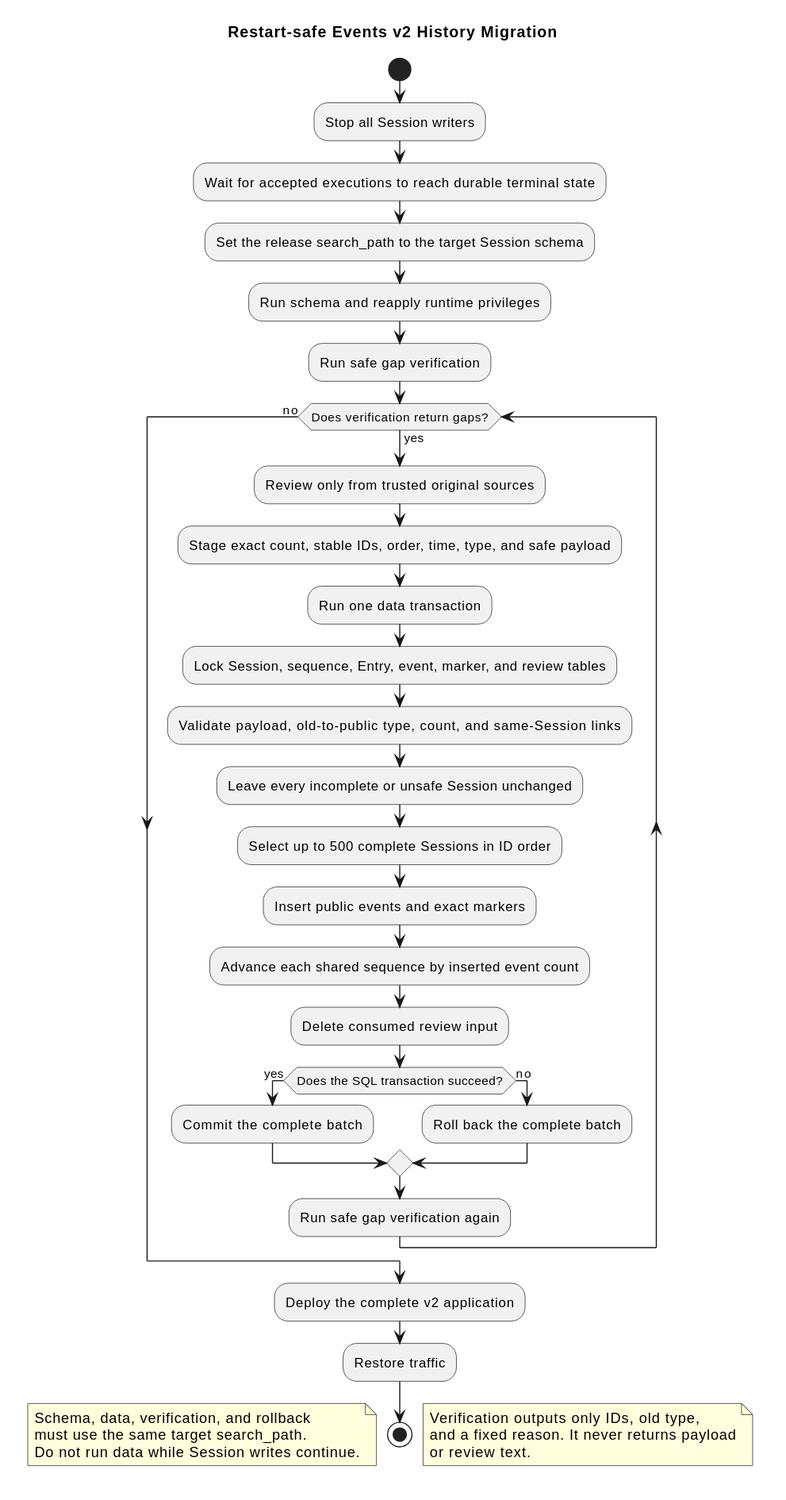
Above: docs/designs/runtime-event-migration/event_history_migration.svg in 2862282695gjh-afk/pi-mono-java (PlantUML), before the change.
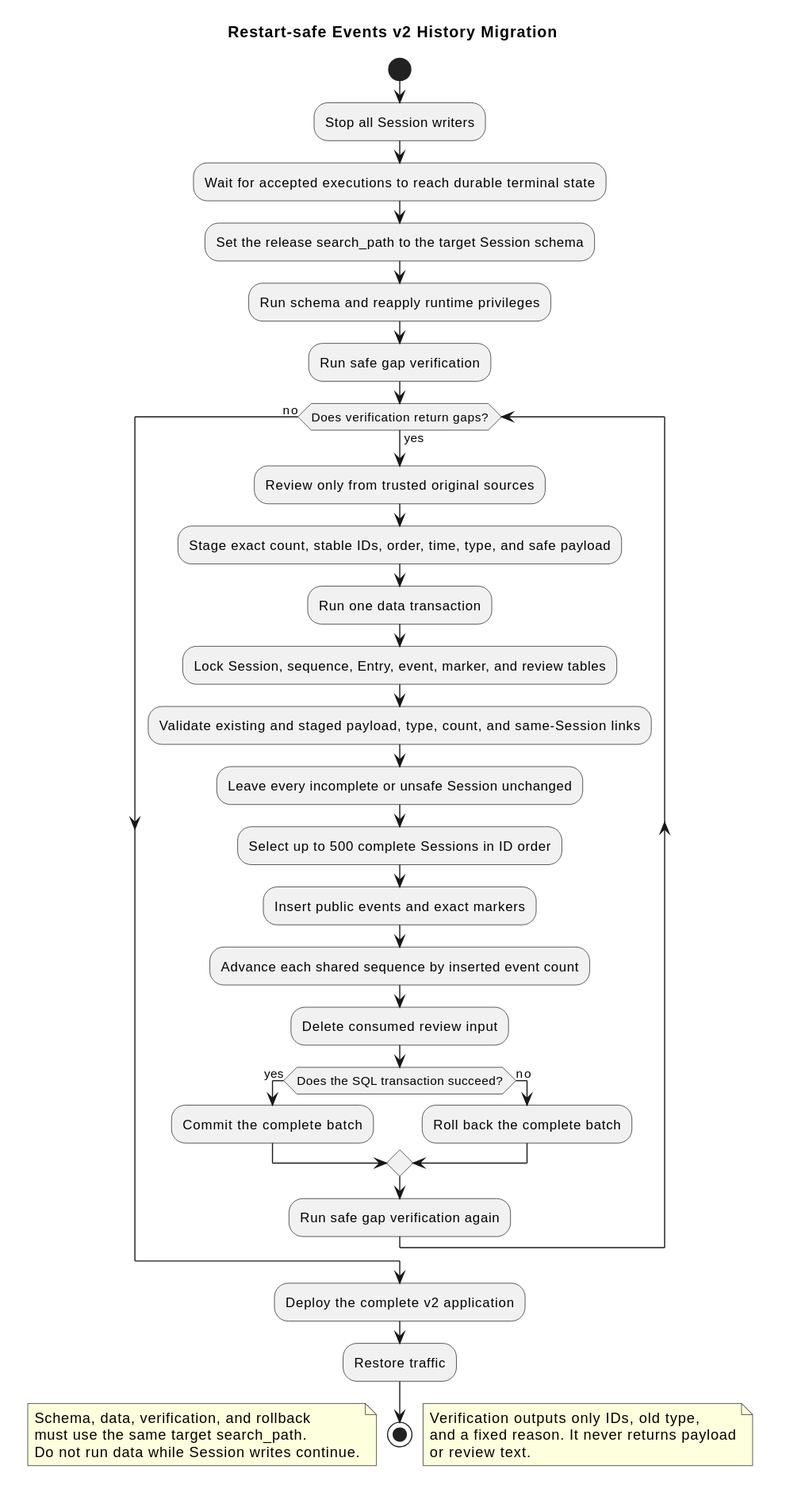
After the change.

The edit, as a diff of the source:
```diff
@@ -12,7 +12,7 @@
   :Stage exact count, stable IDs, order, time, type, and safe payload;
   :Run one data transaction;
   :Lock Session, sequence, Entry, event, marker, and review tables;
-  :Validate payload, old-to-public type, count, and same-Session links;
+  :Validate existing and staged payload, type, count, and same-Session links;
   :Leave every incomplete or unsafe Session unchanged;
   :Select up to 500 complete Sessions in ID order;
   :Insert public events and exact markers;
```
